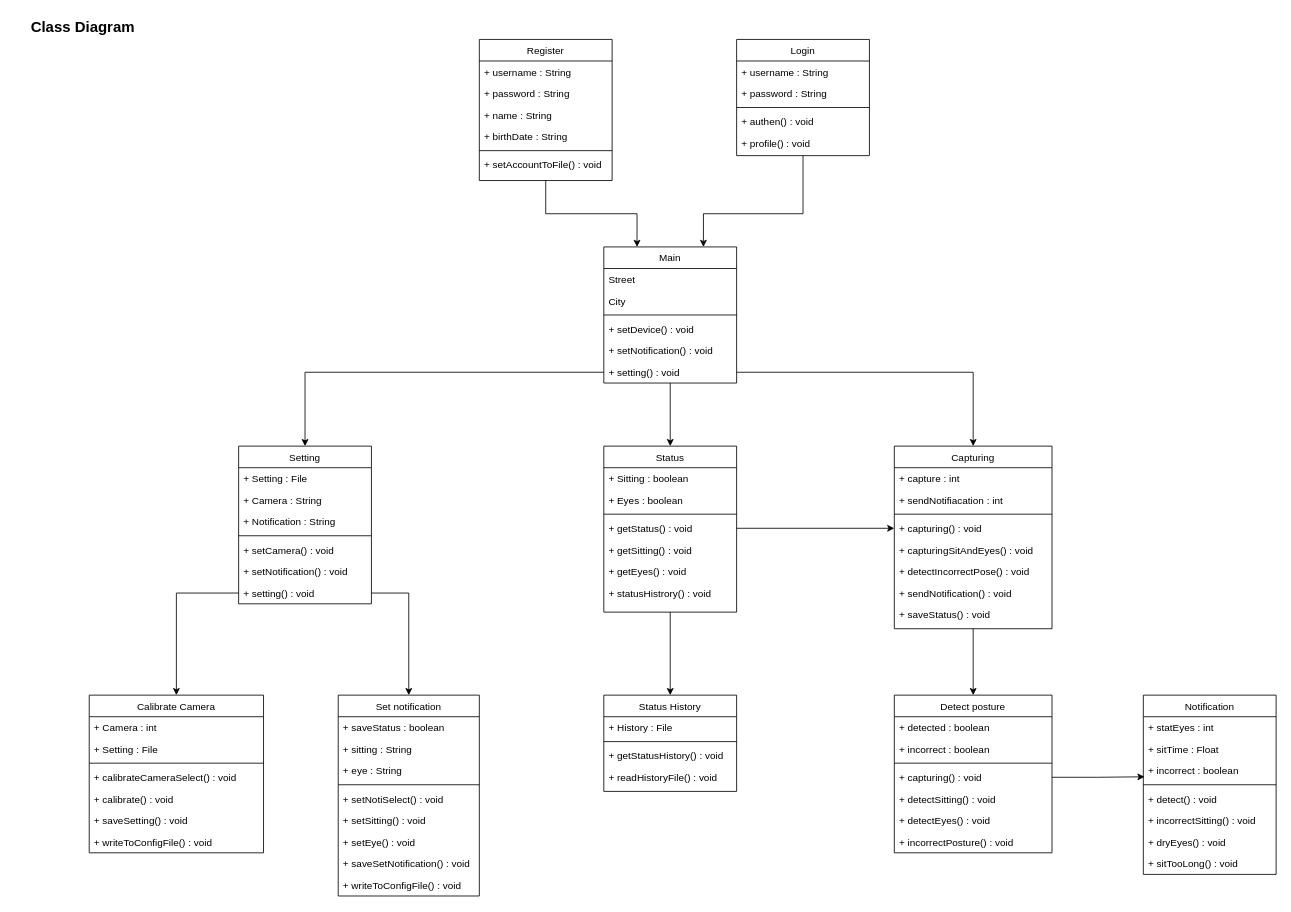
Above: Design/Class_Diagram.drawio in astrrr/Right-posture (draw.io), before the change. Source tidied: cells renumbered, new cells numbered last; positions are measured from the earlier drawing's top-left corner, leaving out a move shared by most shapes. Both pictures are drawn from the tidied source at 83%, with x=0, y=0 at pixel (14, 14).
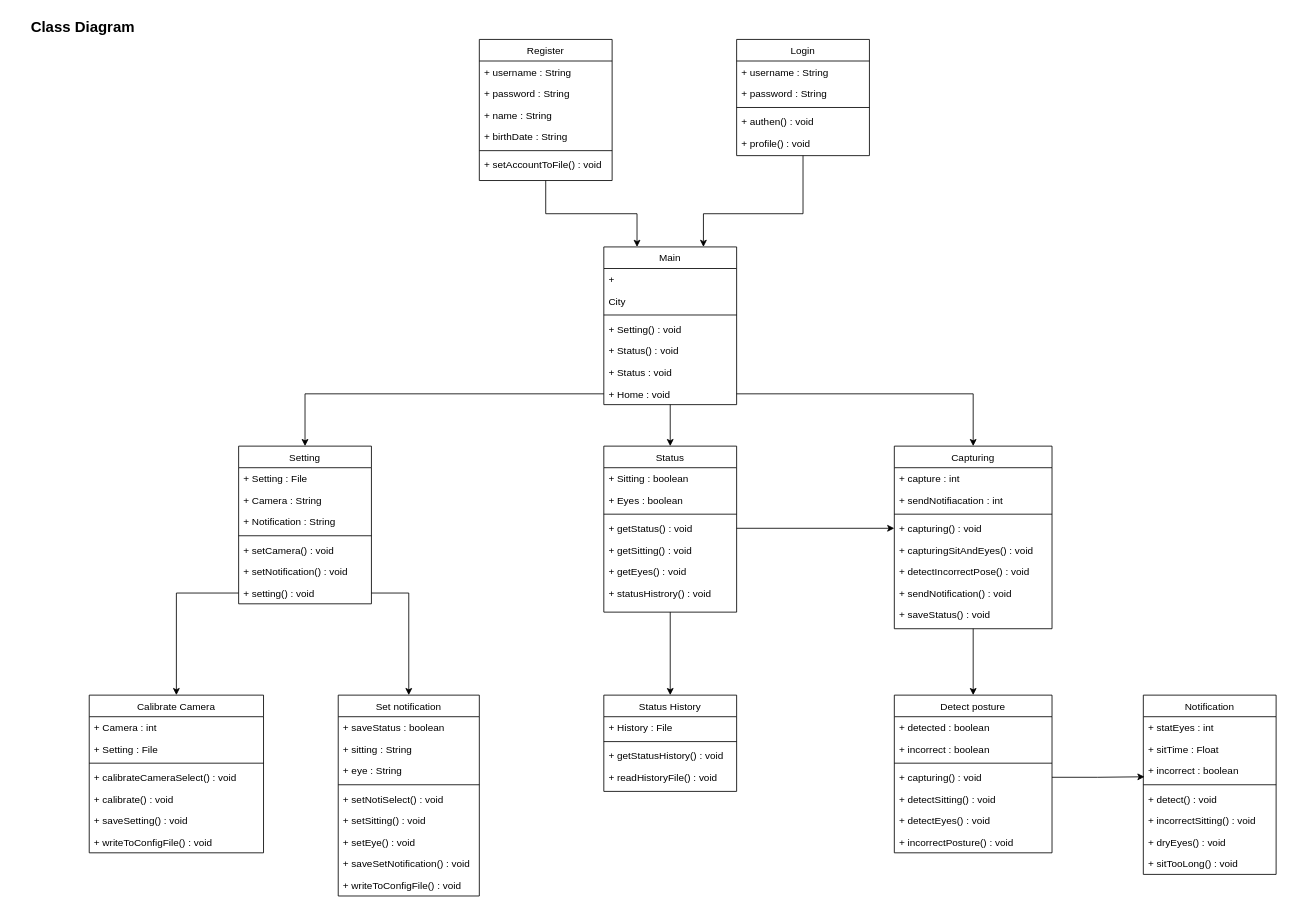
After the change.

Unchanged cells that the change refers to:
```xml
<mxCell id="17" value="Setting" style="swimlane;fontStyle=0;align=center;verticalAlign=top;horizontal=1;startSize=26;rounded=0;shadow=0;strokeWidth=1;" parent="1" vertex="1">
  <mxGeometry x="270" y="520" width="160" height="190" as="geometry" />
</mxCell>
<mxCell id="58" value="Capturing" style="swimlane;fontStyle=0;align=center;verticalAlign=top;horizontal=1;startSize=26;rounded=0;shadow=0;strokeWidth=1;" parent="1" vertex="1">
  <mxGeometry x="1060" y="520" width="190" height="220" as="geometry" />
</mxCell>
```

Diff of the diagram source:
```diff
@@
     <mxCell id="85" value="Main" style="swimlane;fontStyle=0;align=center;verticalAlign=top;horizontal=1;startSize=26;rounded=0;shadow=0;strokeWidth=1;" parent="1" vertex="1">
-      <mxGeometry x="710" y="280" width="160" height="164" as="geometry" />
+      <mxGeometry x="710" y="280" width="160" height="190" as="geometry" />
     </mxCell>
-    <mxCell id="86" value="Street" style="text;align=left;verticalAlign=top;spacingLeft=4;spacingRight=4;overflow=hidden;" parent="85" vertex="1">
+    <mxCell id="86" value="+ " style="text;align=left;verticalAlign=top;spacingLeft=4;spacingRight=4;overflow=hidden;" parent="85" vertex="1">
       <mxGeometry y="26" width="160" height="26" as="geometry" />
     </mxCell>
@@
-    <mxCell id="89" value="+ setDevice() : void" style="text;align=left;verticalAlign=top;spacingLeft=4;spacingRight=4;overflow=hidden;" parent="85" vertex="1">
+    <mxCell id="89" value="+ Setting() : void" style="text;align=left;verticalAlign=top;spacingLeft=4;spacingRight=4;overflow=hidden;" parent="85" vertex="1">
       <mxGeometry y="86" width="160" height="26" as="geometry" />
     </mxCell>
-    <mxCell id="90" value="+ setNotification() : void" style="text;align=left;verticalAlign=top;spacingLeft=4;spacingRight=4;overflow=hidden;" parent="85" vertex="1">
+    <mxCell id="90" value="+ Status() : void" style="text;align=left;verticalAlign=top;spacingLeft=4;spacingRight=4;overflow=hidden;" parent="85" vertex="1">
       <mxGeometry y="112" width="160" height="26" as="geometry" />
     </mxCell>
-    <mxCell id="91" value="+ setting() : void" style="text;align=left;verticalAlign=top;spacingLeft=4;spacingRight=4;overflow=hidden;points=[[0,0.5],[1,0.5]];portConstraint=eastwest;" parent="85" vertex="1">
+    <mxCell id="91" value="+ Status : void" style="text;align=left;verticalAlign=top;spacingLeft=4;spacingRight=4;overflow=hidden;points=[[0,0.5],[1,0.5]];portConstraint=eastwest;" parent="85" vertex="1">
       <mxGeometry y="138" width="160" height="26" as="geometry" />
     </mxCell>
+    <mxCell id="99" value="+ Home : void" style="text;align=left;verticalAlign=top;spacingLeft=4;spacingRight=4;overflow=hidden;points=[[0,0.5],[1,0.5]];portConstraint=eastwest;" parent="85" vertex="1">
+      <mxGeometry y="164" width="160" height="26" as="geometry" />
+    </mxCell>
-    <mxCell id="92" style="edgeStyle=orthogonalEdgeStyle;rounded=0;jettySize=auto;html=1;exitX=0;exitY=0.5;exitDx=0;exitDy=0;entryX=0.5;entryY=0;entryDx=0;entryDy=0;" parent="1" edge="1" source="91" target="17">
+    <mxCell id="92" style="edgeStyle=orthogonalEdgeStyle;rounded=0;jettySize=auto;html=1;exitX=0;exitY=0.5;exitDx=0;exitDy=0;entryX=0.5;entryY=0;entryDx=0;entryDy=0;" parent="1" edge="1" source="99" target="17">
       <mxGeometry relative="1" as="geometry" />
     </mxCell>
-    <mxCell id="93" style="edgeStyle=orthogonalEdgeStyle;rounded=0;jettySize=auto;html=1;exitX=1;exitY=0.5;exitDx=0;exitDy=0;entryX=0.5;entryY=0;entryDx=0;entryDy=0;" parent="1" edge="1" source="91" target="58">
+    <mxCell id="93" style="edgeStyle=orthogonalEdgeStyle;rounded=0;jettySize=auto;html=1;exitX=1;exitY=0.5;exitDx=0;exitDy=0;entryX=0.5;entryY=0;entryDx=0;entryDy=0;" parent="1" edge="1" source="99" target="58">
       <mxGeometry relative="1" as="geometry" />
     </mxCell>
```
